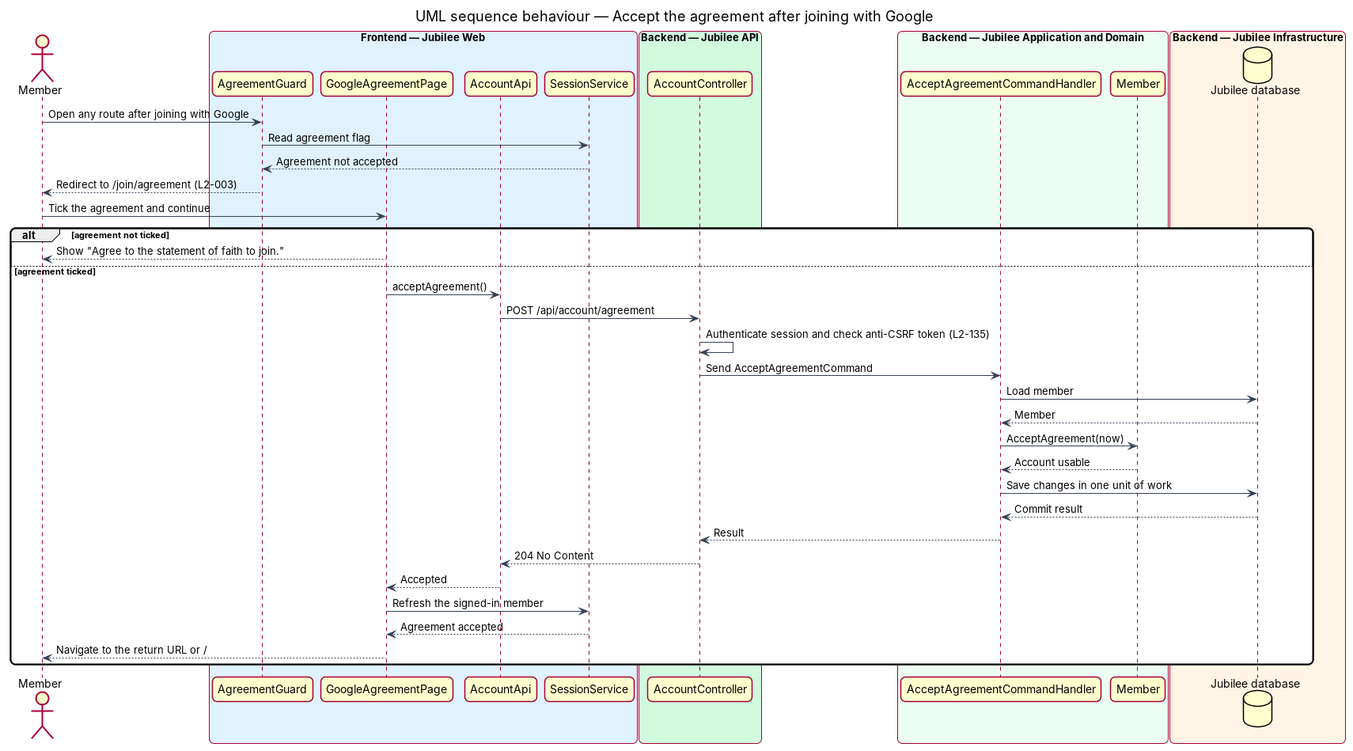
Above: docs/detailed-designs/accounts/continue-with-google/diagrams/sequence-accept-agreement.png in QuinntyneBrown/jubilee (PlantUML), before the change. Its source is kept beside it as docs/detailed-designs/accounts/continue-with-google/diagrams/sequence-accept-agreement.puml. The source it was exported from:
```plantuml
@startuml
title UML sequence behaviour — Accept the agreement after joining with Google
skinparam backgroundColor #FFFFFF
skinparam shadowing false
skinparam roundcorner 12
skinparam defaultFontName Arial
skinparam ArrowColor #344054
skinparam rectangle {
  BorderColor #344054
  FontColor #101828
}
skinparam package {
  BorderColor #667085
  FontColor #101828
  BackgroundColor #F9FAFB
}
actor "Member" as actor
box "Frontend — Jubilee Web" #E0F2FE
  participant "AgreementGuard" as guard
  participant "GoogleAgreementPage" as page
  participant "AccountApi" as client
  participant "SessionService" as session
end box
box "Backend — Jubilee API" #D1FADF
  participant "AccountController" as controller
end box
box "Backend — Jubilee Application and Domain" #ECFDF3
  participant "AcceptAgreementCommandHandler" as handler
  participant "Member" as entity
end box
box "Backend — Jubilee Infrastructure" #FFF4E5
  database "Jubilee database" as db
end box

actor -> guard : Open any route after joining with Google
guard -> session : Read agreement flag
session --> guard : Agreement not accepted
guard --> actor : Redirect to /join/agreement (L2-003)
actor -> page : Tick the agreement and continue
alt agreement not ticked
  page --> actor : Show "Agree to the statement of faith to join."
else agreement ticked
  page -> client : acceptAgreement()
  client -> controller : POST /api/account/agreement
  controller -> controller : Authenticate session and check anti-CSRF token (L2-135)
  controller -> handler : Send AcceptAgreementCommand
  handler -> db : Load member
  db --> handler : Member
  handler -> entity : AcceptAgreement(now)
  entity --> handler : Account usable
  handler -> db : Save changes in one unit of work
  db --> handler : Commit result
  handler --> controller : Result
  controller --> client : 204 No Content
  client --> page : Accepted
  page -> session : Refresh the signed-in member
  session --> page : Agreement accepted
  page --> actor : Navigate to the return URL or /
end
@enduml
```
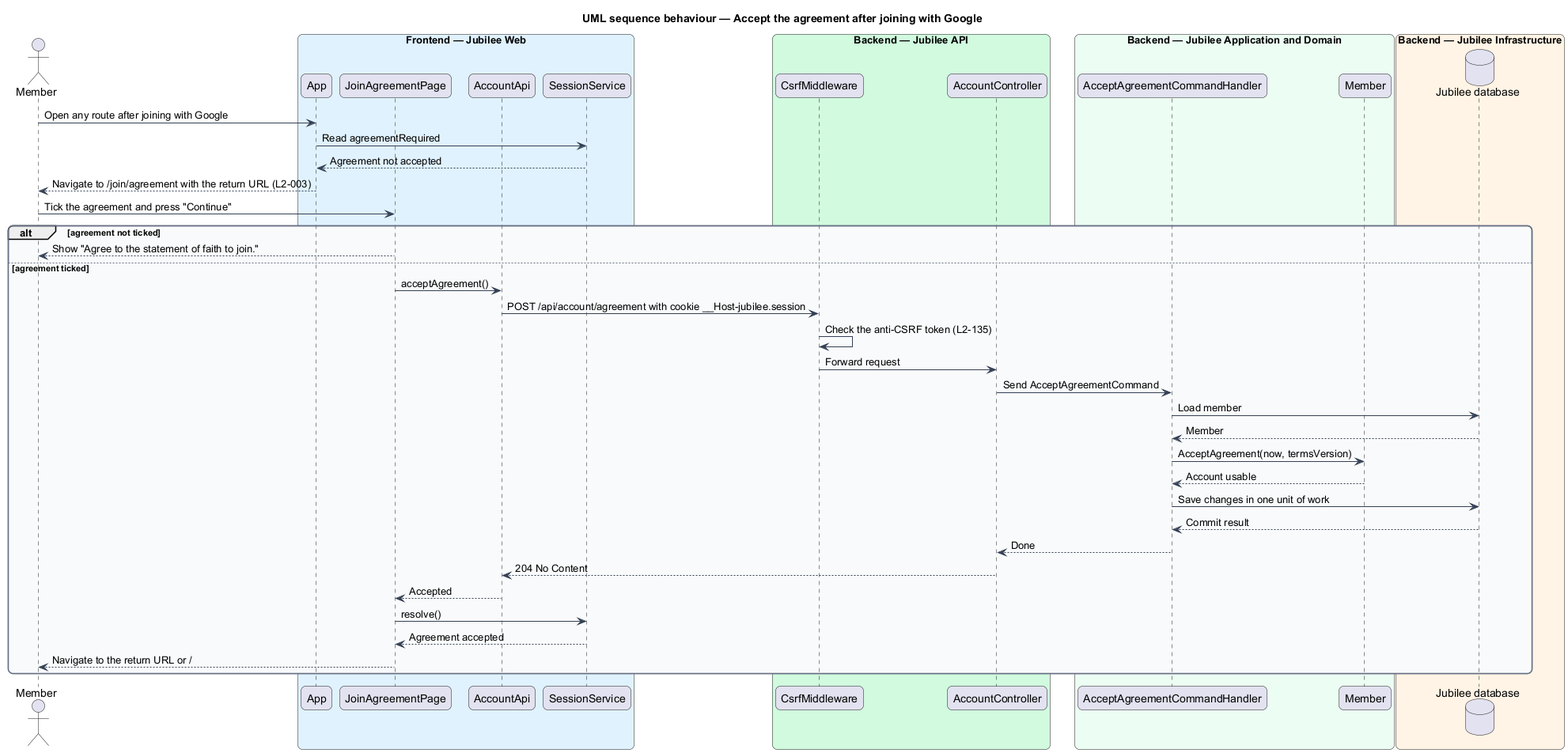
After the commit.

The edit, as a diff of the source:
```diff
@@ -16,12 +16,13 @@
 }
 actor "Member" as actor
 box "Frontend — Jubilee Web" #E0F2FE
-  participant "AgreementGuard" as guard
-  participant "GoogleAgreementPage" as page
+  participant "App" as guard
+  participant "JoinAgreementPage" as page
   participant "AccountApi" as client
   participant "SessionService" as session
 end box
 box "Backend — Jubilee API" #D1FADF
+  participant "CsrfMiddleware" as csrf
   participant "AccountController" as controller
 end box
 box "Backend — Jubilee Application and Domain" #ECFDF3
@@ -33,27 +34,28 @@
 end box
 
 actor -> guard : Open any route after joining with Google
-guard -> session : Read agreement flag
+guard -> session : Read agreementRequired
 session --> guard : Agreement not accepted
-guard --> actor : Redirect to /join/agreement (L2-003)
-actor -> page : Tick the agreement and continue
+guard --> actor : Navigate to /join/agreement with the return URL (L2-003)
+actor -> page : Tick the agreement and press "Continue"
 alt agreement not ticked
   page --> actor : Show "Agree to the statement of faith to join."
 else agreement ticked
   page -> client : acceptAgreement()
-  client -> controller : POST /api/account/agreement
-  controller -> controller : Authenticate session and check anti-CSRF token (L2-135)
+  client -> csrf : POST /api/account/agreement with cookie __Host-jubilee.session
+  csrf -> csrf : Check the anti-CSRF token (L2-135)
+  csrf -> controller : Forward request
   controller -> handler : Send AcceptAgreementCommand
   handler -> db : Load member
   db --> handler : Member
-  handler -> entity : AcceptAgreement(now)
+  handler -> entity : AcceptAgreement(now, termsVersion)
   entity --> handler : Account usable
   handler -> db : Save changes in one unit of work
   db --> handler : Commit result
-  handler --> controller : Result
+  handler --> controller : Done
   controller --> client : 204 No Content
   client --> page : Accepted
-  page -> session : Refresh the signed-in member
+  page -> session : resolve()
   session --> page : Agreement accepted
   page --> actor : Navigate to the return URL or /
 end
```
